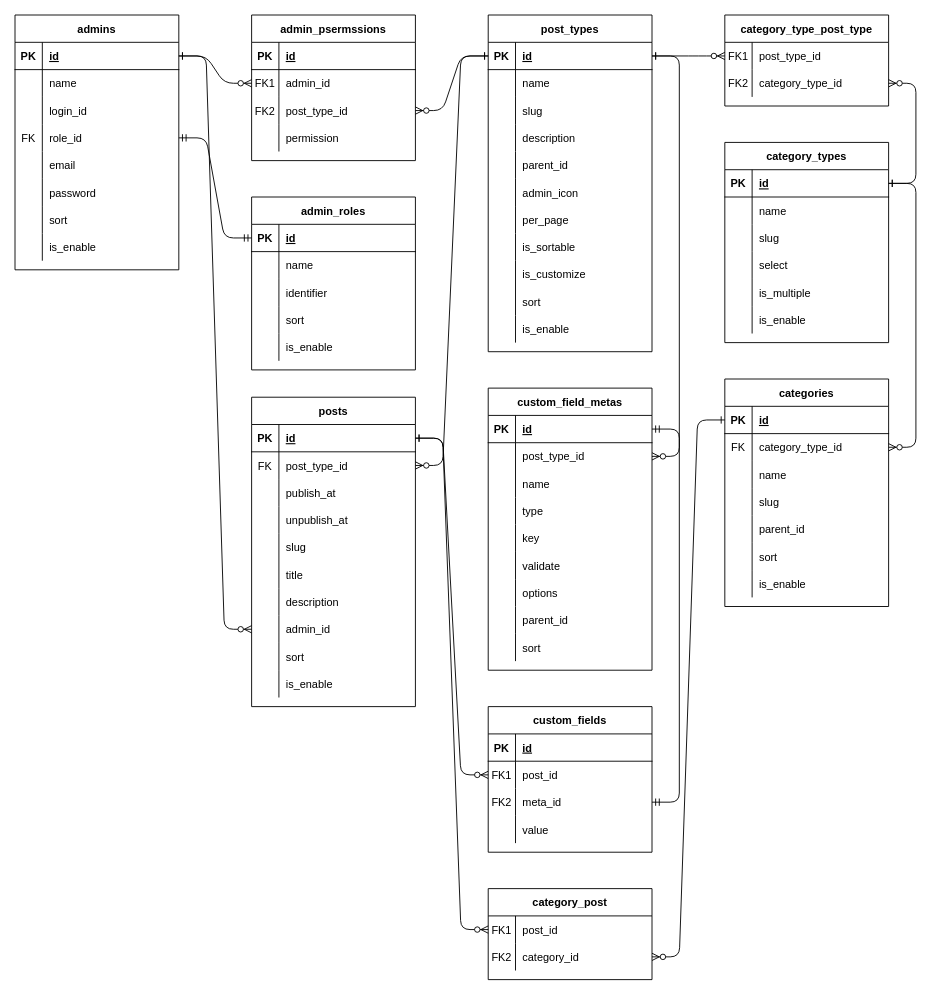
Earlier version of the draw.io diagram er.drawio (torabe/basic-cms). Source tidied: cells renumbered, new cells numbered last; positions are measured from the earlier drawing's top-left corner, leaving out a move shared by most shapes. Both pictures are drawn from the tidied source at 91%, with x=0, y=0 at pixel (15, 15).
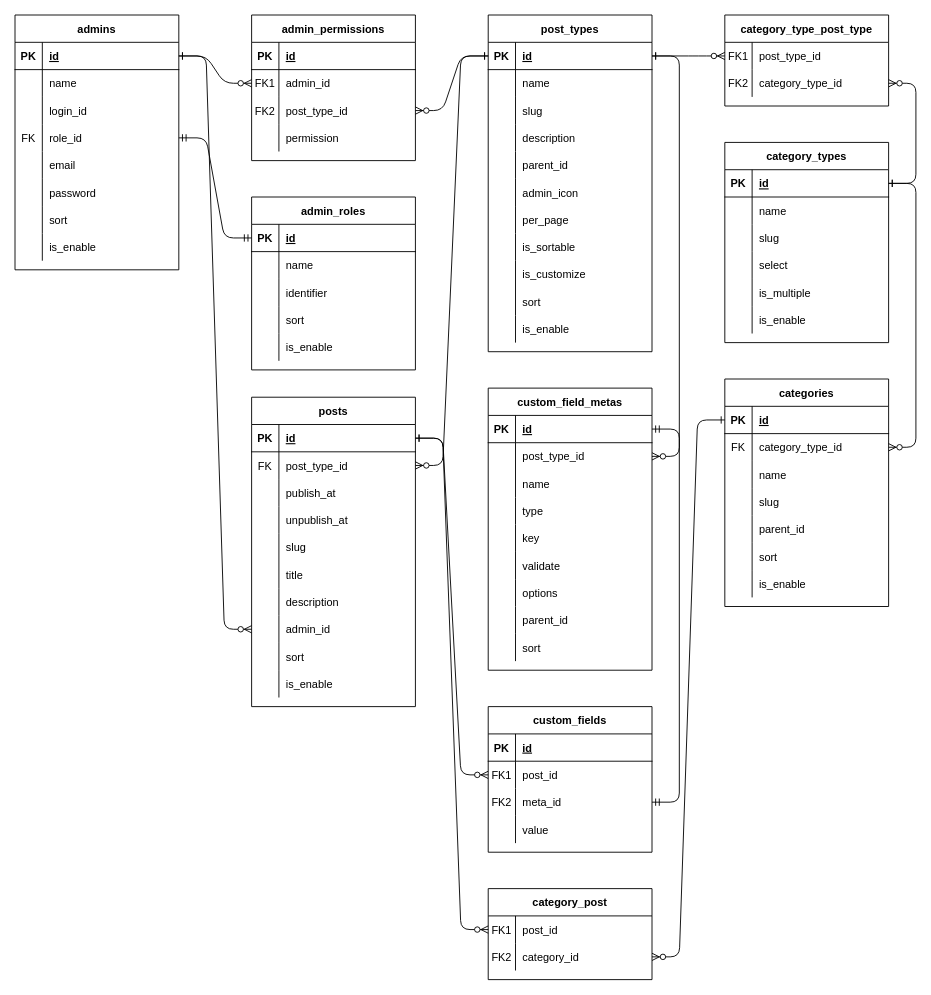
The same page after the edit.

Commit message:
テーブル名修正

The change refers to these unchanged cells:
```xml
<mxCell id="81" style="group;" parent="1" vertex="1">
  <mxGeometry x="260" width="250" height="160" as="geometry" />
</mxCell>
```

Change to the diagram source:
```diff
@@
-    <mxCell id="82" value="admin_psermssions" style="shape=table;startSize=30;childLayout=tableLayout;rowLines=0;fontStyle=1;align=center;" parent="81" vertex="1">
+    <mxCell id="82" value="admin_permissions" style="shape=table;startSize=30;childLayout=tableLayout;rowLines=0;fontStyle=1;align=center;" parent="81" vertex="1">
       <mxGeometry width="180" height="160" as="geometry" />
     </mxCell>
```
